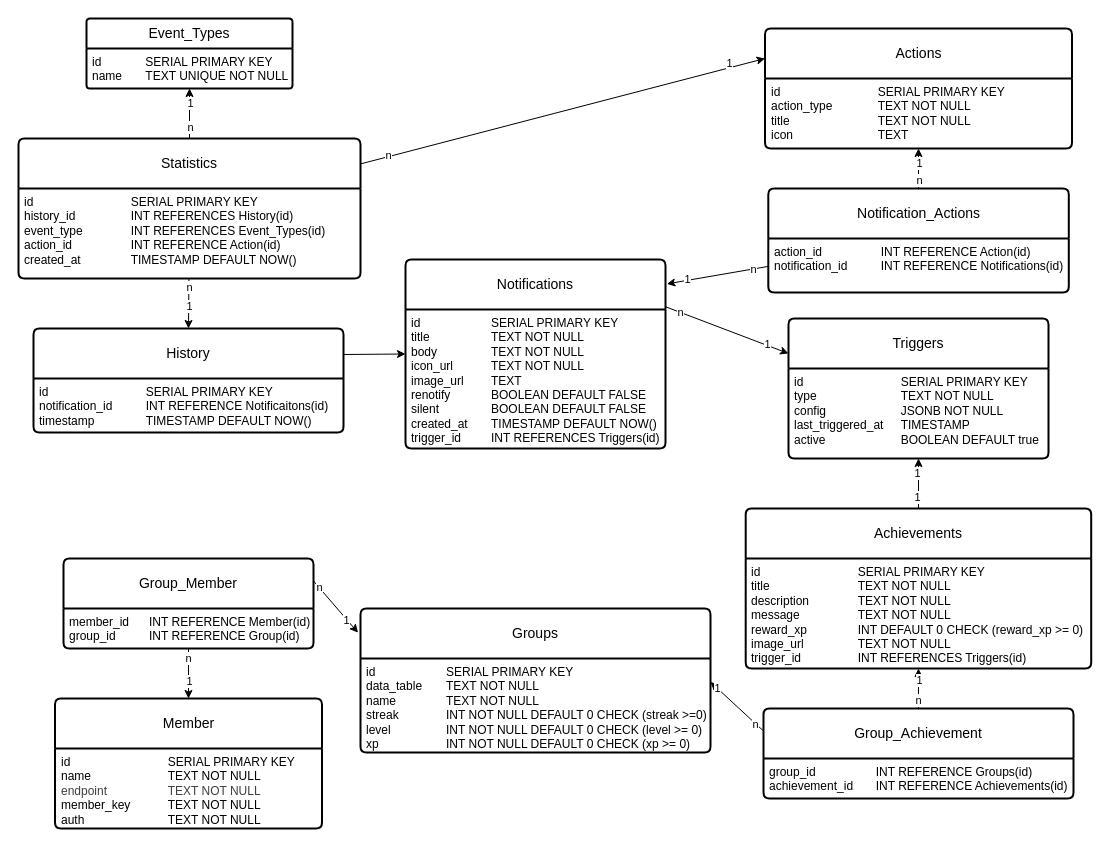
Above: Database/docs/database_construction.drawio in olHannes/WebPush-Docs (draw.io), before the change. Source tidied: cells renumbered, new cells numbered last; positions are measured from the earlier drawing's top-left corner, leaving out a move shared by most shapes. Both pictures are drawn from the tidied source at 100%, with x=0, y=0 at pixel (18, 18).
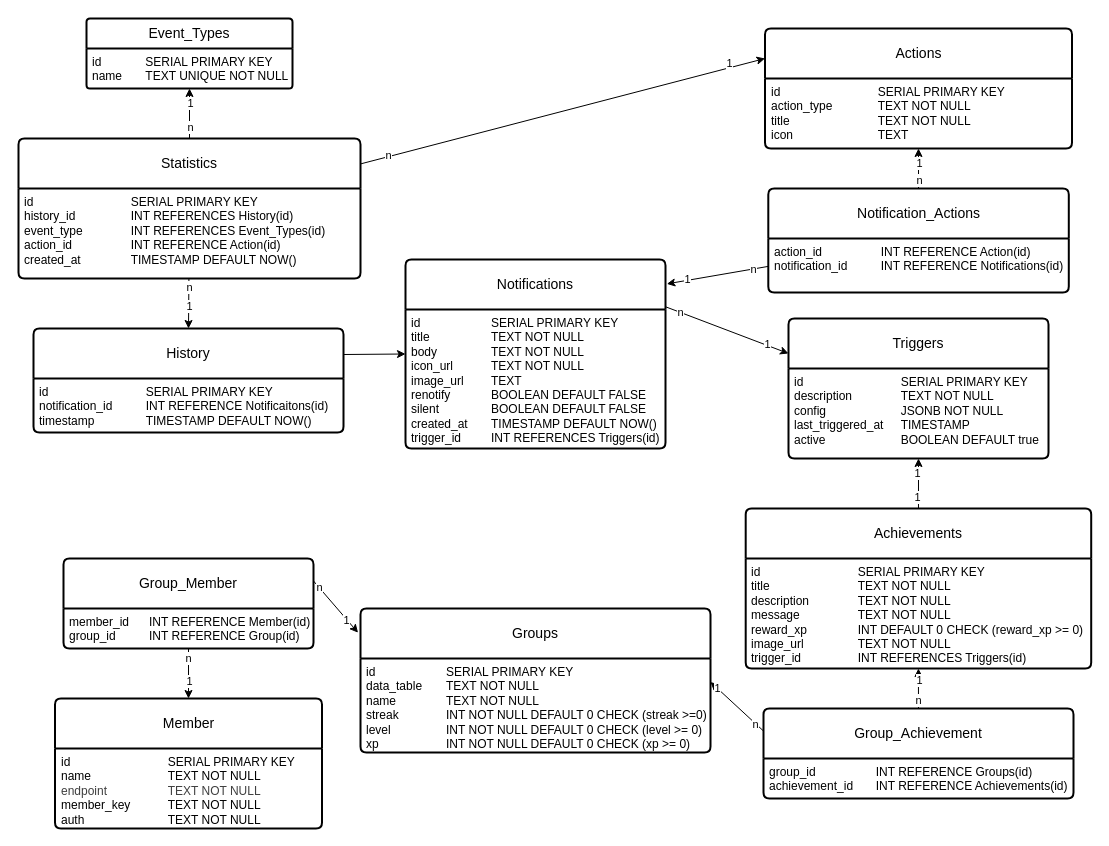
The same diagram, later.

Commit message (it also covers changes not shown here):
update Trigger-table: - removed "type" field - added "description" - adjustet example data

The change refers to these unchanged cells:
```xml
<mxCell id="4" value="Triggers" style="swimlane;horizontal=1;startSize=50;rounded=1;fontSize=14;fontStyle=0;strokeWidth=2;shadow=0;dashed=0;align=center;arcSize=4;whiteSpace=wrap;html=1;" parent="1" vertex="1">
  <mxGeometry x="770" y="300" width="260" height="140" as="geometry" />
</mxCell>
```

What changed in the source:
```diff
@@
-    <mxCell id="5" value="id&lt;span style=&quot;white-space: pre;&quot;&gt;&#9;&lt;/span&gt;&lt;span style=&quot;white-space: pre;&quot;&gt;&#9;&lt;/span&gt;&lt;span style=&quot;white-space: pre;&quot;&gt;&#9;&lt;span style=&quot;white-space: pre;&quot;&gt;&#9;&lt;/span&gt;&lt;/span&gt;SERIAL PRIMARY KEY&lt;div&gt;&lt;font color=&quot;#000000&quot;&gt;type&lt;span style=&quot;white-space: pre;&quot;&gt;&#9;&lt;/span&gt;&lt;span style=&quot;white-space: pre;&quot;&gt;&#9;&lt;/span&gt;&lt;span style=&quot;white-space: pre;&quot;&gt;&#9;&lt;span style=&quot;white-space: pre;&quot;&gt;&#9;&lt;/span&gt;&lt;/span&gt;TEXT NOT NULL&lt;/font&gt;&lt;/div&gt;&lt;div&gt;&lt;font color=&quot;#000000&quot;&gt;config&amp;nbsp;&lt;span style=&quot;white-space: pre;&quot;&gt;&#9;&lt;/span&gt;&lt;span style=&quot;white-space: pre;&quot;&gt;&#9;&lt;span style=&quot;white-space: pre;&quot;&gt;&#9;&lt;/span&gt;&lt;/span&gt;JSONB NOT NULL&lt;/font&gt;&lt;/div&gt;&lt;div&gt;&lt;font color=&quot;#000000&quot;&gt;last_triggered_at&lt;span style=&quot;white-space: pre;&quot;&gt;&#9;&lt;/span&gt;TIMESTAMP&lt;/font&gt;&lt;/div&gt;&lt;div&gt;&lt;font color=&quot;#000000&quot;&gt;active&lt;span style=&quot;white-space: pre;&quot;&gt;&#9;&lt;/span&gt;&lt;span style=&quot;white-space: pre;&quot;&gt;&#9;&lt;/span&gt;&lt;span style=&quot;white-space: pre;&quot;&gt;&#9;&lt;/span&gt;BOOLEAN DEFAULT true&lt;br&gt;&lt;/font&gt;&lt;div&gt;&lt;br&gt;&lt;/div&gt;&lt;/div&gt;" style="align=left;strokeColor=none;fillColor=none;spacingLeft=4;fontSize=12;verticalAlign=top;html=1;" parent="4" vertex="1">
+    <mxCell id="5" value="id&lt;span style=&quot;white-space: pre;&quot;&gt;&#9;&lt;/span&gt;&lt;span style=&quot;white-space: pre;&quot;&gt;&#9;&lt;/span&gt;&lt;span style=&quot;white-space: pre;&quot;&gt;&#9;&lt;span style=&quot;white-space: pre;&quot;&gt;&#9;&lt;/span&gt;&lt;/span&gt;SERIAL PRIMARY KEY&lt;div&gt;&lt;div&gt;&lt;font color=&quot;#000000&quot;&gt;description&lt;span style=&quot;white-space: pre;&quot;&gt;&#9;&lt;/span&gt;&lt;span style=&quot;white-space: pre;&quot;&gt;&#9;&lt;/span&gt;TEXT NOT NULL&lt;/font&gt;&lt;/div&gt;&lt;div&gt;&lt;font color=&quot;#000000&quot;&gt;config&amp;nbsp;&lt;span style=&quot;white-space: pre;&quot;&gt;&#9;&lt;/span&gt;&lt;span style=&quot;white-space: pre;&quot;&gt;&#9;&lt;span style=&quot;white-space: pre;&quot;&gt;&#9;&lt;/span&gt;&lt;/span&gt;JSONB NOT NULL&lt;/font&gt;&lt;/div&gt;&lt;div&gt;&lt;font color=&quot;#000000&quot;&gt;last_triggered_at&lt;span style=&quot;white-space: pre;&quot;&gt;&#9;&lt;/span&gt;TIMESTAMP&lt;/font&gt;&lt;/div&gt;&lt;div&gt;&lt;font color=&quot;#000000&quot;&gt;active&lt;span style=&quot;white-space: pre;&quot;&gt;&#9;&lt;/span&gt;&lt;span style=&quot;white-space: pre;&quot;&gt;&#9;&lt;/span&gt;&lt;span style=&quot;white-space: pre;&quot;&gt;&#9;&lt;/span&gt;BOOLEAN DEFAULT true&lt;br&gt;&lt;/font&gt;&lt;div&gt;&lt;br&gt;&lt;/div&gt;&lt;/div&gt;&lt;/div&gt;" style="align=left;strokeColor=none;fillColor=none;spacingLeft=4;fontSize=12;verticalAlign=top;html=1;" parent="4" vertex="1">
       <mxGeometry y="50" width="260" height="90" as="geometry" />
     </mxCell>
```
